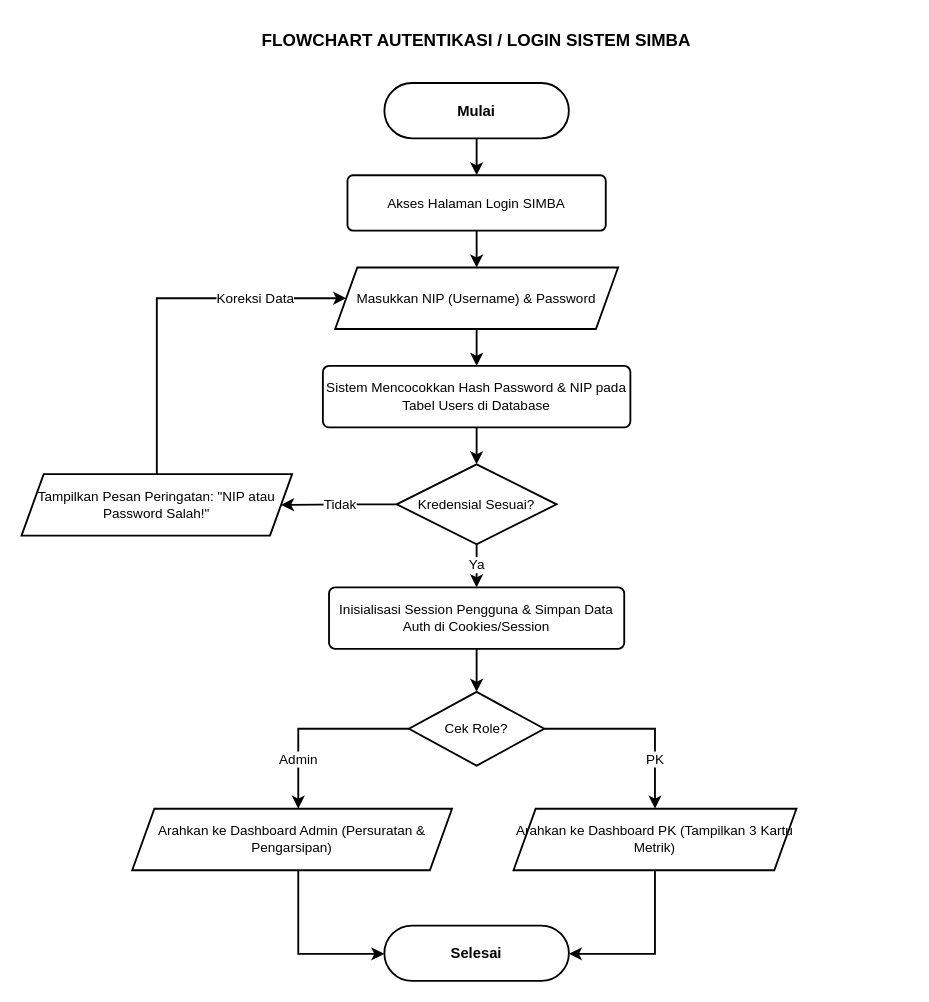
hilyaaulia14/SIMBA keeps this draw.io diagram as page "2. Flowchart Login Sistem" (2 of 8) of diagram/flowchart_simba.drawio. Above is the earlier version. Source tidied: cells renumbered, new cells numbered last; positions are measured from the earlier drawing's top-left corner, leaving out a move shared by most shapes. Both pictures are drawn from the tidied source at 123%, with x=0, y=0 at pixel (21, 21).
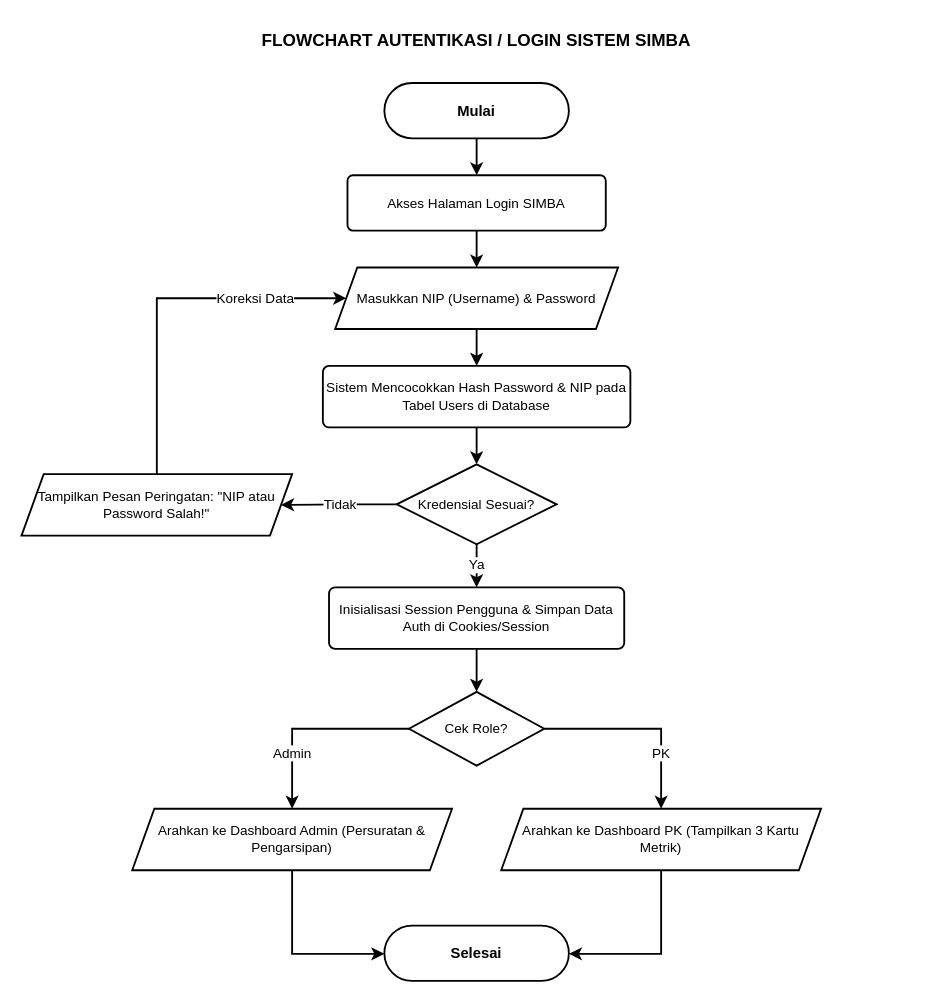
The same page after the edit.

Unchanged cells that the change refers to:
```xml
<mxCell id="10" value="Cek Role?" style="rhombus;whiteSpace=wrap;html=1;strokeWidth=1.5;fillColor=#ffffff;strokeColor=#000000;fontColor=#000000;fontSize=11;" parent="1" vertex="1">
  <mxGeometry x="315" y="545" width="110" height="60" as="geometry" />
</mxCell>
<mxCell id="11" value="Arahkan ke Dashboard Admin&amp;#xa;(Persuratan &amp;amp; Pengarsipan)" style="shape=parallelogram;perimeter=parallelogramPerimeter;whiteSpace=wrap;html=1;fixedSize=1;size=18;strokeWidth=1.5;fillColor=#ffffff;strokeColor=#000000;fontColor=#000000;fontSize=11;" parent="1" vertex="1">
  <mxGeometry x="90" y="640" width="260" height="50" as="geometry" />
</mxCell>
<mxCell id="13" value="Selesai" style="rounded=1;arcSize=50;whiteSpace=wrap;html=1;strokeWidth=1.5;fillColor=#ffffff;strokeColor=#000000;fontColor=#000000;fontSize=12;fontStyle=1;" parent="1" vertex="1">
  <mxGeometry x="295" y="735" width="150" height="45" as="geometry" />
</mxCell>
```

Change to the diagram source:
```diff
@@
     <mxCell id="12" value="Arahkan ke Dashboard PK&amp;#xa;(Tampilkan 3 Kartu Metrik)" style="shape=parallelogram;perimeter=parallelogramPerimeter;whiteSpace=wrap;html=1;fixedSize=1;size=18;strokeWidth=1.5;fillColor=#ffffff;strokeColor=#000000;fontColor=#000000;fontSize=11;" parent="1" vertex="1">
-      <mxGeometry x="400" y="640" width="230" height="50" as="geometry" />
+      <mxGeometry x="390" y="640" width="260" height="50" as="geometry" />
     </mxCell>
@@
-    <mxCell id="22" value="Admin" style="edgeStyle=orthogonalEdgeStyle;rounded=0;jettySize=auto;html=1;strokeColor=#000000;strokeWidth=1.5;fontSize=11;fontColor=#000000;endArrow=classic;" parent="1" edge="1" source="10" target="11">
-      <mxGeometry x="0.48" relative="1" as="geometry">
+    <mxCell id="22" value="Admin" style="edgeStyle=orthogonalEdgeStyle;rounded=0;jettySize=auto;html=1;strokeColor=#000000;strokeWidth=1.5;fontSize=11;fontColor=#000000;endArrow=classic;entryX=0.5;entryY=0;entryDx=0;entryDy=0;exitX=0;exitY=0.5;exitDx=0;exitDy=0;" parent="1" edge="1" source="10" target="11">
+      <mxGeometry x="0.44" relative="1" as="geometry">
         <Array as="points">
-          <mxPoint x="225" y="575" />
+          <mxPoint x="220" y="575" />
         </Array>
       </mxGeometry>
     </mxCell>
-    <mxCell id="23" value="PK" style="edgeStyle=orthogonalEdgeStyle;rounded=0;jettySize=auto;html=1;strokeColor=#000000;strokeWidth=1.5;fontSize=11;fontColor=#000000;endArrow=classic;" parent="1" edge="1" source="10" target="12">
-      <mxGeometry x="0.48" relative="1" as="geometry">
+    <mxCell id="23" value="PK" style="edgeStyle=orthogonalEdgeStyle;rounded=0;jettySize=auto;html=1;strokeColor=#000000;strokeWidth=1.5;fontSize=11;fontColor=#000000;endArrow=classic;entryX=0.5;entryY=0;entryDx=0;entryDy=0;" parent="1" edge="1" source="10" target="12">
+      <mxGeometry x="0.44" relative="1" as="geometry">
         <Array as="points">
-          <mxPoint x="515" y="575" />
+          <mxPoint x="520" y="575" />
         </Array>
       </mxGeometry>
     </mxCell>
-    <mxCell id="24" style="edgeStyle=orthogonalEdgeStyle;rounded=0;jettySize=auto;html=1;strokeColor=#000000;strokeWidth=1.5;fontSize=11;fontColor=#000000;endArrow=classic;" parent="1" edge="1" source="11" target="13">
-      <mxGeometry relative="1" as="geometry">
+    <mxCell id="24" style="edgeStyle=orthogonalEdgeStyle;rounded=0;jettySize=auto;html=1;strokeColor=#000000;strokeWidth=1.5;fontSize=11;fontColor=#000000;endArrow=classic;exitX=0.5;exitY=1;exitDx=0;exitDy=0;" parent="1" edge="1" source="11" target="13">
+      <mxGeometry x="0.04" relative="1" as="geometry">
         <Array as="points">
-          <mxPoint x="225" y="758" />
+          <mxPoint x="220" y="758" />
         </Array>
       </mxGeometry>
     </mxCell>
-    <mxCell id="25" style="edgeStyle=orthogonalEdgeStyle;rounded=0;jettySize=auto;html=1;strokeColor=#000000;strokeWidth=1.5;fontSize=11;fontColor=#000000;endArrow=classic;" parent="1" edge="1" source="12" target="13">
-      <mxGeometry relative="1" as="geometry">
+    <mxCell id="25" style="edgeStyle=orthogonalEdgeStyle;rounded=0;jettySize=auto;html=1;strokeColor=#000000;strokeWidth=1.5;fontSize=11;fontColor=#000000;endArrow=classic;exitX=0.5;exitY=1;exitDx=0;exitDy=0;" parent="1" edge="1" source="12" target="13">
+      <mxGeometry x="0.04" relative="1" as="geometry">
         <Array as="points">
-          <mxPoint x="515" y="758" />
+          <mxPoint x="520" y="758" />
         </Array>
       </mxGeometry>
     </mxCell>
```
